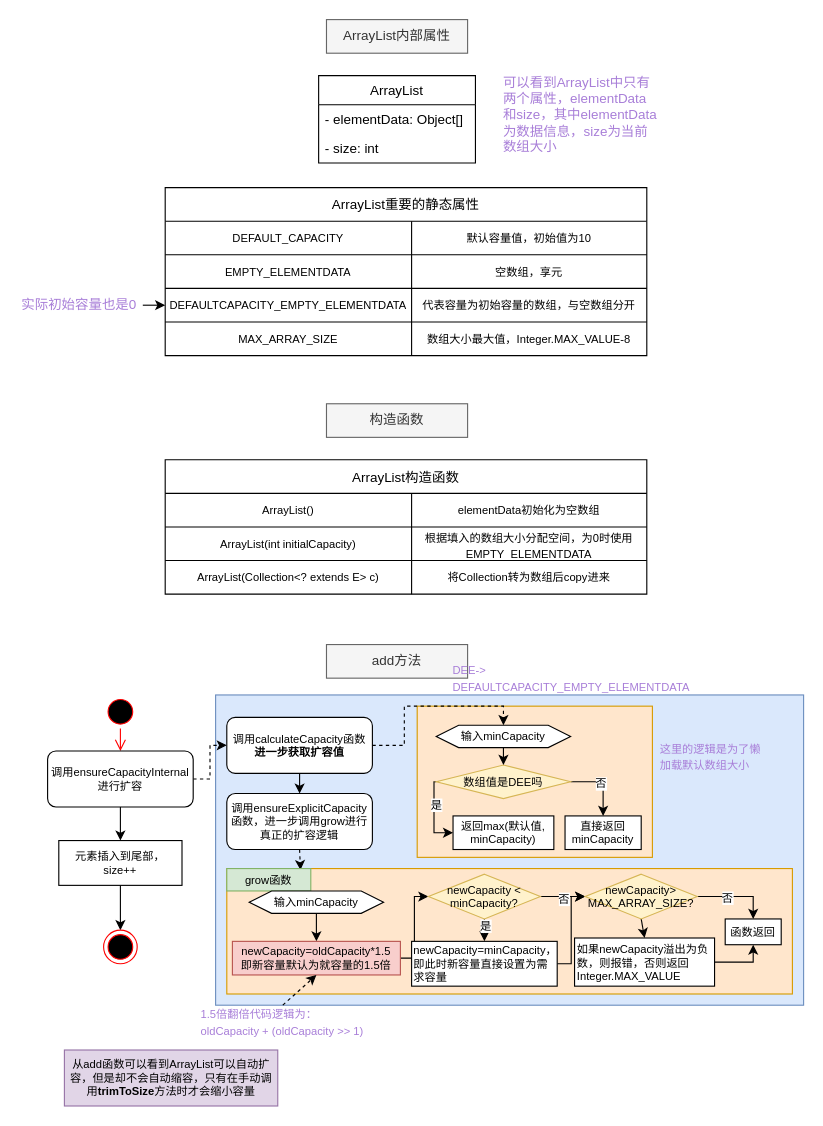
The draw.io diagram 面试/java容器/ArrayList.drawio in codeReaper2001/diagram, before the edit. Source tidied: cells renumbered, new cells numbered last; positions are measured from the earlier drawing's top-left corner, leaving out a move shared by most shapes. Both pictures are drawn from the tidied source at 112%, with x=0, y=0 at pixel (19, 19).
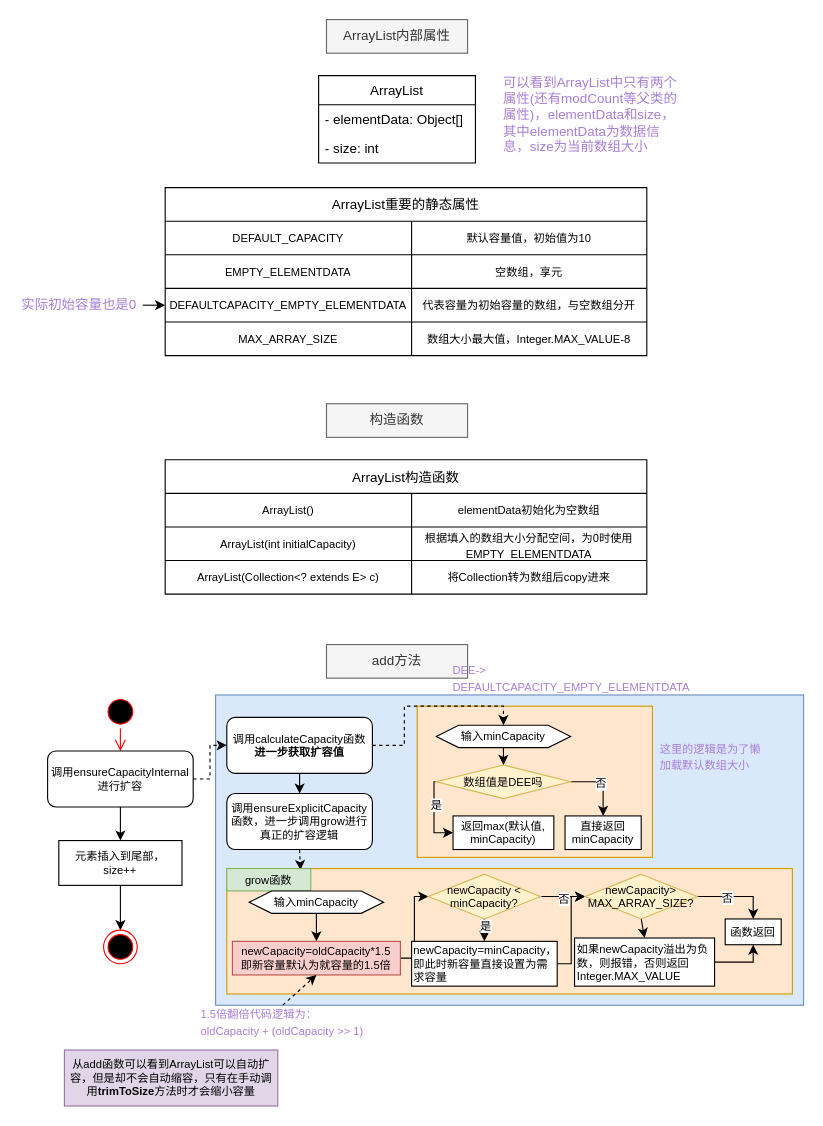
The same diagram, later.

What changed in the source:
```diff
@@
-    <mxCell id="7" value="可以看到ArrayList中只有两个属性，elementData和size，其中elementData为数据信息，size为当前数组大小" style="rounded=0;whiteSpace=wrap;html=1;fillColor=none;strokeColor=none;fontColor=#A87ED8;align=left;" parent="1" vertex="1">
-      <mxGeometry x="430" y="50" width="140" height="70" as="geometry" />
+    <mxCell id="7" value="可以看到ArrayList中只有两个属性(还有modCount等父类的属性)，elementData和size，其中elementData为数据信息，size为当前数组大小" style="rounded=0;whiteSpace=wrap;html=1;fillColor=none;strokeColor=none;fontColor=#A87ED8;align=left;" parent="1" vertex="1">
+      <mxGeometry x="430" y="50" width="160" height="70" as="geometry" />
     </mxCell>
```
